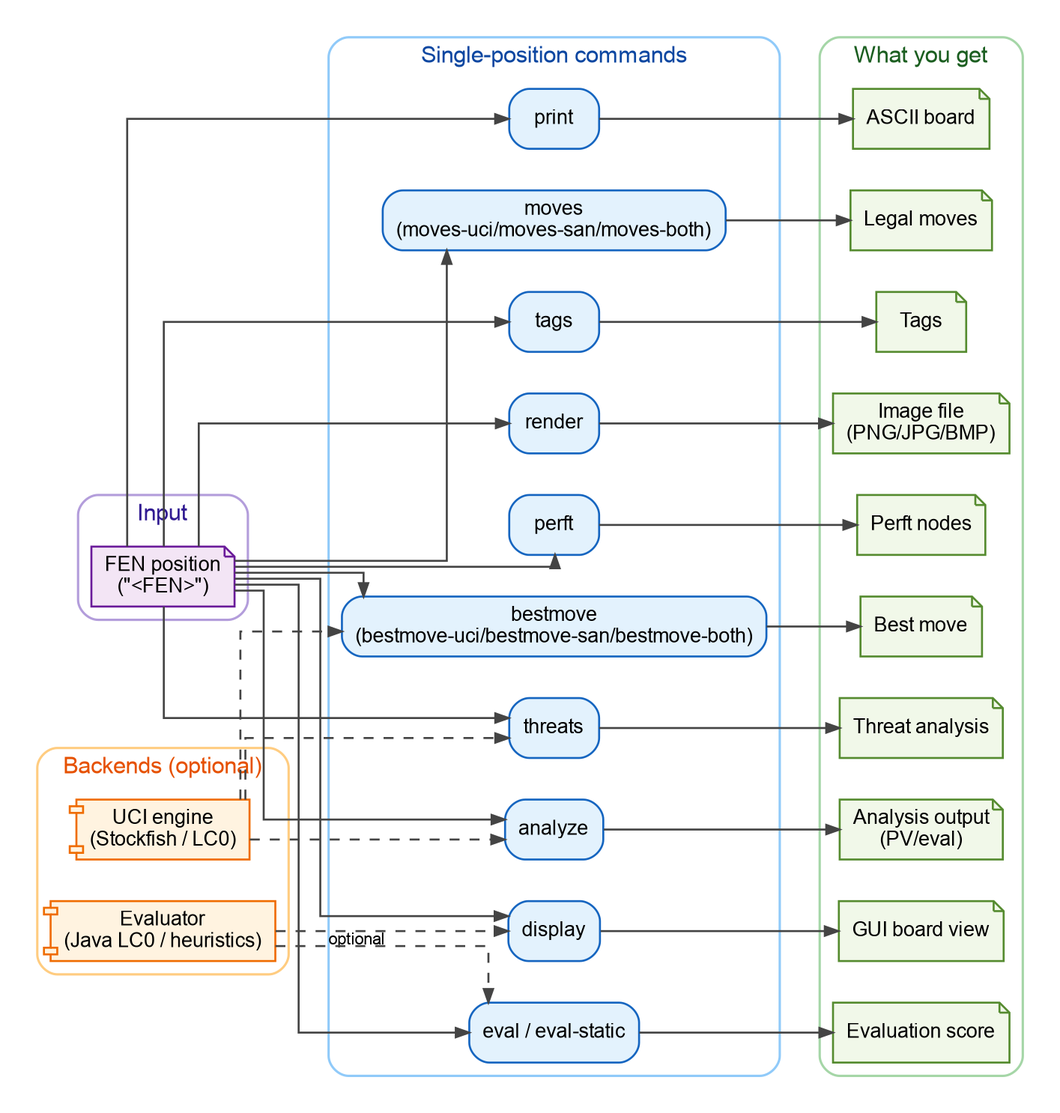
LenniAConrad/chess-rtk keeps this Graphviz diagram as assets/diagrams/crtk-position-toolbox.png. Above is the earlier version. Its source is kept beside it as assets/diagrams/crtk-position-toolbox.dot. The source it was exported from:
```dot
digraph crtk_position_toolbox {
  rankdir=LR;
  bgcolor="transparent";
  splines=ortho;
  pad="0.20";
  nodesep="0.35";
  ranksep="0.55";

  graph [fontname="Helvetica", fontsize=14];
  node  [fontname="Helvetica", fontsize=12];
  edge  [fontname="Helvetica", fontsize=10, color="#444444", arrowsize=0.8, penwidth=1.2];

  subgraph cluster_input {
    label="Input";
    style="rounded";
    color="#B39DDB";
    fontcolor="#311B92";
    penwidth=1.4;

    node [shape=note, style="filled", fillcolor="#F3E5F5", color="#6A1B9A", penwidth=1.2];
    fen [label="FEN position\n(\"<FEN>\")"];
  }

  subgraph cluster_commands {
    label="Single-position commands";
    style="rounded";
    color="#90CAF9";
    fontcolor="#0D47A1";
    penwidth=1.4;

    node [shape=box, style="rounded,filled", fillcolor="#E3F2FD", color="#1565C0", penwidth=1.2];
    print [label="print"];
    moves [label="moves\n(moves-uci/moves-san/moves-both)"];
    tags [label="tags"];
    render [label="render"];
    display [label="display"];
    eval [label="eval / eval-static"];
    analyze [label="analyze"];
    bestmove [label="bestmove\n(bestmove-uci/bestmove-san/bestmove-both)"];
    threats [label="threats"];
    perft [label="perft"];
  }

  subgraph cluster_engines {
    label="Backends (optional)";
    style="rounded";
    color="#FFCC80";
    fontcolor="#E65100";
    penwidth=1.4;

    node [shape=component, style="filled", fillcolor="#FFF3E0", color="#EF6C00", penwidth=1.2];
    uci [label="UCI engine\n(Stockfish / LC0)"];
    evaluator [label="Evaluator\n(Java LC0 / heuristics)"];
  }

  subgraph cluster_outputs {
    label="What you get";
    style="rounded";
    color="#A5D6A7";
    fontcolor="#1B5E20";
    penwidth=1.4;

    node [shape=note, style="filled", fillcolor="#F1F8E9", color="#558B2F", penwidth=1.2];
    out_ascii [label="ASCII board"];
    out_moves [label="Legal moves"];
    out_tags [label="Tags"];
    out_image [label="Image file\n(PNG/JPG/BMP)"];
    out_gui [label="GUI board view"];
    out_score [label="Evaluation score"];
    out_analysis [label="Analysis output\n(PV/eval)"];
    out_best [label="Best move"];
    out_threats [label="Threat analysis"];
    out_perft [label="Perft nodes"];
  }

  fen -> print;
  fen -> moves;
  fen -> tags;
  fen -> render;
  fen -> display;
  fen -> eval;
  fen -> analyze;
  fen -> bestmove;
  fen -> threats;
  fen -> perft;

  print -> out_ascii;
  moves -> out_moves;
  tags -> out_tags;
  render -> out_image;
  display -> out_gui;
  eval -> out_score;
  analyze -> out_analysis;
  bestmove -> out_best;
  threats -> out_threats;
  perft -> out_perft;

  uci -> analyze [style=dashed];
  uci -> bestmove [style=dashed];
  uci -> threats [style=dashed];
  evaluator -> eval [style=dashed];
  evaluator -> display [style=dashed, xlabel="optional"];
}
```
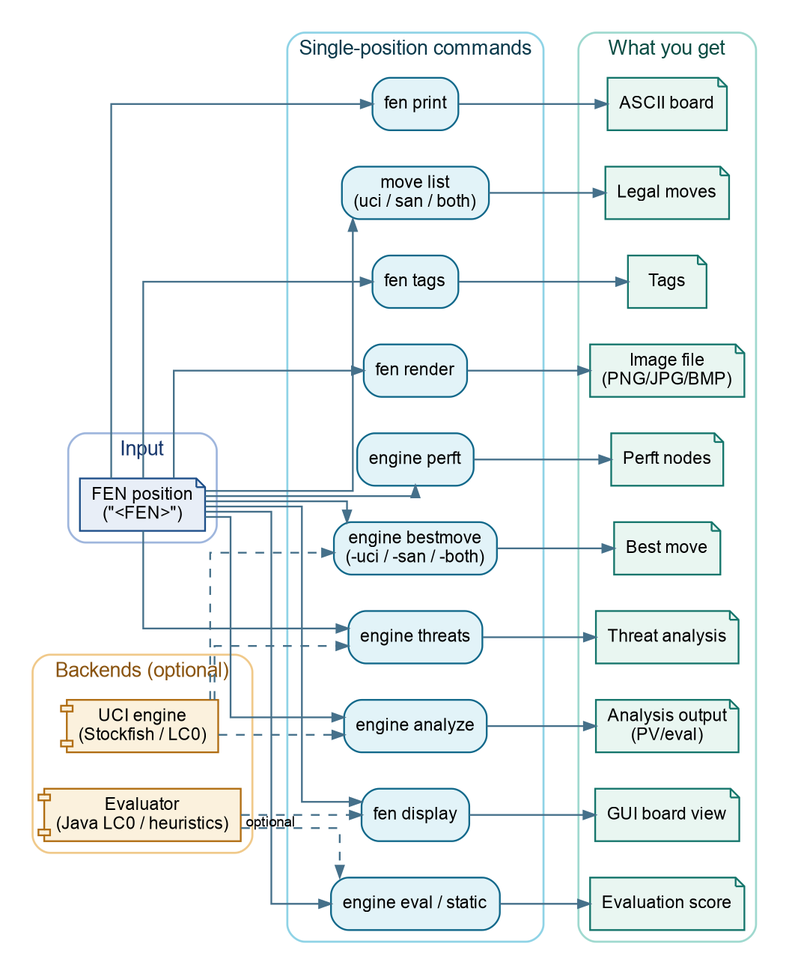
Above is the later version.

What changed in the source:
```diff
@@ -1,6 +1,6 @@
 digraph crtk_position_toolbox {
   rankdir=LR;
-  bgcolor="transparent";
+  bgcolor="#ffffff";
   splines=ortho;
   pad="0.20";
   nodesep="0.35";
@@ -8,47 +8,47 @@
 
   graph [fontname="Helvetica", fontsize=14];
   node  [fontname="Helvetica", fontsize=12];
-  edge  [fontname="Helvetica", fontsize=10, color="#444444", arrowsize=0.8, penwidth=1.2];
+  edge  [fontname="Helvetica", fontsize=10, color="#45708a", arrowsize=0.8, penwidth=1.2];
 
   subgraph cluster_input {
     label="Input";
     style="rounded";
-    color="#B39DDB";
-    fontcolor="#311B92";
+    color="#9fb6dd";
+    fontcolor="#15356b";
     penwidth=1.4;
 
-    node [shape=note, style="filled", fillcolor="#F3E5F5", color="#6A1B9A", penwidth=1.2];
+    node [shape=note, style="filled", fillcolor="#e8eef7", color="#1d4e89", penwidth=1.2];
     fen [label="FEN position\n(\"<FEN>\")"];
   }
 
   subgraph cluster_commands {
     label="Single-position commands";
     style="rounded";
-    color="#90CAF9";
-    fontcolor="#0D47A1";
+    color="#8fd3e6";
+    fontcolor="#0c3a4c";
     penwidth=1.4;
 
-    node [shape=box, style="rounded,filled", fillcolor="#E3F2FD", color="#1565C0", penwidth=1.2];
-    print [label="print"];
-    moves [label="moves\n(moves-uci/moves-san/moves-both)"];
-    tags [label="tags"];
-    render [label="render"];
-    display [label="display"];
-    eval [label="eval / eval-static"];
-    analyze [label="analyze"];
-    bestmove [label="bestmove\n(bestmove-uci/bestmove-san/bestmove-both)"];
-    threats [label="threats"];
-    perft [label="perft"];
+    node [shape=box, style="rounded,filled", fillcolor="#e2f3f8", color="#11688a", penwidth=1.2];
+    print [label="fen print"];
+    moves [label="move list\n(uci / san / both)"];
+    tags [label="fen tags"];
+    render [label="fen render"];
+    display [label="fen display"];
+    eval [label="engine eval / static"];
+    analyze [label="engine analyze"];
+    bestmove [label="engine bestmove\n(-uci / -san / -both)"];
+    threats [label="engine threats"];
+    perft [label="engine perft"];
   }
 
   subgraph cluster_engines {
     label="Backends (optional)";
     style="rounded";
-    color="#FFCC80";
-    fontcolor="#E65100";
+    color="#f0c98a";
+    fontcolor="#8a5410";
     penwidth=1.4;
 
-    node [shape=component, style="filled", fillcolor="#FFF3E0", color="#EF6C00", penwidth=1.2];
+    node [shape=component, style="filled", fillcolor="#fbf1dd", color="#b06d12", penwidth=1.2];
     uci [label="UCI engine\n(Stockfish / LC0)"];
     evaluator [label="Evaluator\n(Java LC0 / heuristics)"];
   }
@@ -56,11 +56,11 @@
   subgraph cluster_outputs {
     label="What you get";
     style="rounded";
-    color="#A5D6A7";
-    fontcolor="#1B5E20";
+    color="#9fd9cf";
+    fontcolor="#0b4d44";
     penwidth=1.4;
 
-    node [shape=note, style="filled", fillcolor="#F1F8E9", color="#558B2F", penwidth=1.2];
+    node [shape=note, style="filled", fillcolor="#e9f6f1", color="#14756b", penwidth=1.2];
     out_ascii [label="ASCII board"];
     out_moves [label="Legal moves"];
     out_tags [label="Tags"];
```
